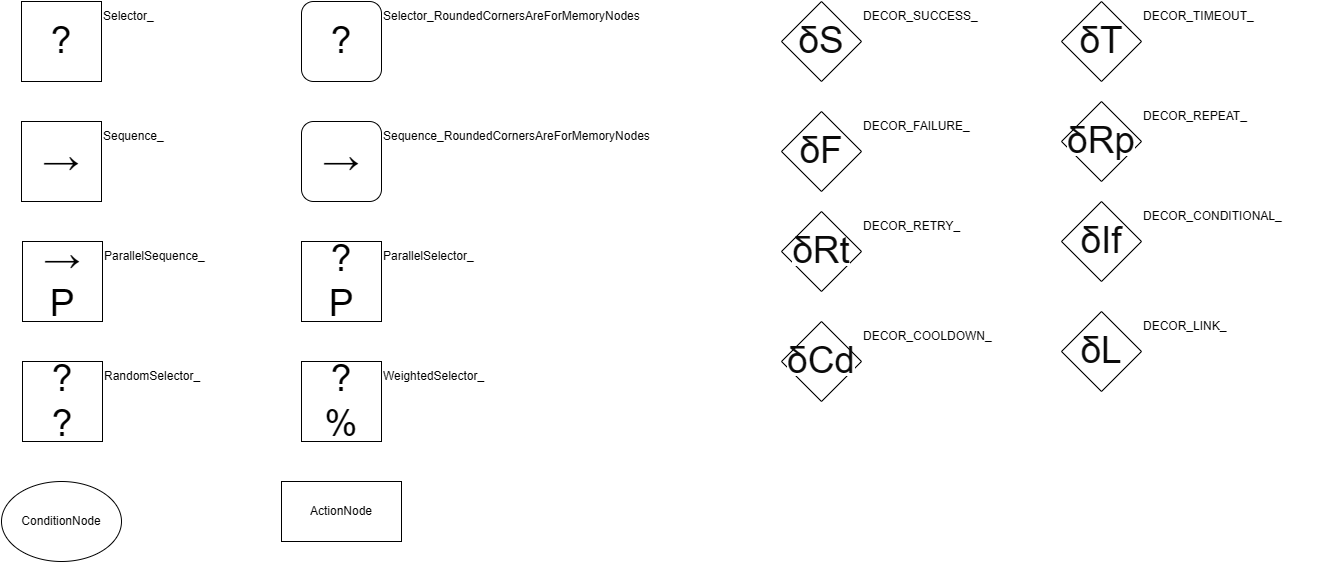
This is availablenodes.drawio.png from LeFleurDeLys/behavior_tree_wiz, a draw.io export, as it was before one commit. Source tidied: cells renumbered, new cells last; positions are measured from the earlier drawing's top-left corner, leaving out a move shared by most shapes. Its diagram source:
```xml
<mxGraphModel>
  <root>
    <mxCell id="0" />
    <mxCell id="1" parent="0" />
    <mxCell id="2" value="ConditionNode" style="ellipse;whiteSpace=wrap;html=1;" parent="1" vertex="1">
      <mxGeometry y="480" width="120" height="80" as="geometry" />
    </mxCell>
    <mxCell id="3" value="ActionNode" style="rounded=0;whiteSpace=wrap;html=1;" parent="1" vertex="1">
      <mxGeometry x="280" y="480" width="120" height="60" as="geometry" />
    </mxCell>
    <mxCell id="4" style="group;" parent="1" vertex="1">
      <mxGeometry x="21" y="240" width="270" height="80" as="geometry" />
    </mxCell>
    <mxCell id="5" value="ParallelSequence_" style="text;html=1;whiteSpace=wrap;strokeColor=none;fillColor=none;align=left;verticalAlign=middle;rounded=0;" parent="4" vertex="1">
      <mxGeometry x="80" width="190" height="30" as="geometry" />
    </mxCell>
    <mxCell id="6" value="&lt;font style=&quot;font-size: 37px;&quot;&gt;→&lt;/font&gt;&lt;div&gt;&lt;font style=&quot;font-size: 37px;&quot;&gt;P&lt;/font&gt;&lt;/div&gt;" style="whiteSpace=wrap;html=1;" parent="4" vertex="1">
      <mxGeometry width="80" height="80" as="geometry" />
    </mxCell>
    <mxCell id="7" style="group;fontStyle=0;" parent="1" vertex="1">
      <mxGeometry x="20" width="270" height="80" as="geometry" />
    </mxCell>
    <mxCell id="8" value="&lt;font style=&quot;font-size: 37px;&quot;&gt;?&lt;/font&gt;" style="whiteSpace=wrap;html=1;" parent="7" vertex="1">
      <mxGeometry width="80" height="80" as="geometry" />
    </mxCell>
    <mxCell id="9" value="Selector_" style="text;html=1;whiteSpace=wrap;strokeColor=none;fillColor=none;align=left;verticalAlign=middle;rounded=0;" parent="7" vertex="1">
      <mxGeometry x="80" width="190" height="30" as="geometry" />
    </mxCell>
    <mxCell id="10" style="group;fontStyle=0;" parent="1" vertex="1">
      <mxGeometry x="300" y="360" width="270" height="80" as="geometry" />
    </mxCell>
    <mxCell id="11" value="&lt;font style=&quot;font-size: 37px;&quot;&gt;?&lt;/font&gt;&lt;div&gt;&lt;font style=&quot;font-size: 37px;&quot;&gt;%&lt;/font&gt;&lt;/div&gt;" style="whiteSpace=wrap;html=1;" parent="10" vertex="1">
      <mxGeometry width="80" height="80" as="geometry" />
    </mxCell>
    <mxCell id="12" value="WeightedSelector_" style="text;html=1;whiteSpace=wrap;strokeColor=none;fillColor=none;align=left;verticalAlign=middle;rounded=0;" parent="10" vertex="1">
      <mxGeometry x="80" width="190" height="30" as="geometry" />
    </mxCell>
    <mxCell id="13" style="group;fontStyle=0;" parent="1" vertex="1">
      <mxGeometry x="21" y="360" width="270" height="80" as="geometry" />
    </mxCell>
    <mxCell id="14" value="&lt;font style=&quot;font-size: 37px;&quot;&gt;?&lt;/font&gt;&lt;div&gt;&lt;font style=&quot;font-size: 37px;&quot;&gt;?&lt;/font&gt;&lt;/div&gt;" style="whiteSpace=wrap;html=1;" parent="13" vertex="1">
      <mxGeometry width="80" height="80" as="geometry" />
    </mxCell>
    <mxCell id="15" value="RandomSelector_" style="text;html=1;whiteSpace=wrap;strokeColor=none;fillColor=none;align=left;verticalAlign=middle;rounded=0;" parent="13" vertex="1">
      <mxGeometry x="80" width="190" height="30" as="geometry" />
    </mxCell>
    <mxCell id="16" style="group;fontStyle=0;" parent="1" vertex="1">
      <mxGeometry x="300" y="240" width="270" height="80" as="geometry" />
    </mxCell>
    <mxCell id="17" value="&lt;font style=&quot;font-size: 37px;&quot;&gt;?&lt;/font&gt;&lt;div&gt;&lt;span style=&quot;font-size: 37px; background-color: transparent; color: light-dark(rgb(0, 0, 0), rgb(255, 255, 255));&quot;&gt;P&lt;/span&gt;&lt;/div&gt;" style="whiteSpace=wrap;html=1;" parent="16" vertex="1">
      <mxGeometry width="80" height="80" as="geometry" />
    </mxCell>
    <mxCell id="18" value="ParallelSelector_" style="text;html=1;whiteSpace=wrap;strokeColor=none;fillColor=none;align=left;verticalAlign=middle;rounded=0;" parent="16" vertex="1">
      <mxGeometry x="80" width="190" height="30" as="geometry" />
    </mxCell>
    <mxCell id="19" style="group;" parent="1" vertex="1">
      <mxGeometry x="20" y="120" width="270" height="80" as="geometry" />
    </mxCell>
    <mxCell id="20" style="group;" parent="19" vertex="1">
      <mxGeometry width="80" height="80" as="geometry" />
    </mxCell>
    <mxCell id="21" value="&lt;font style=&quot;font-size: 37px;&quot;&gt;→&lt;/font&gt;" style="whiteSpace=wrap;html=1;" parent="20" vertex="1">
      <mxGeometry width="80" height="80" as="geometry" />
    </mxCell>
    <mxCell id="22" value="Sequence_" style="text;html=1;whiteSpace=wrap;strokeColor=none;fillColor=none;align=left;verticalAlign=middle;rounded=0;" parent="19" vertex="1">
      <mxGeometry x="80" width="190" height="30" as="geometry" />
    </mxCell>
    <mxCell id="23" style="group;" parent="1" vertex="1">
      <mxGeometry x="780" width="270" height="80" as="geometry" />
    </mxCell>
    <mxCell id="24" value="&lt;span style=&quot;color: rgb(10, 10, 10); font-family: &amp;quot;Google Sans&amp;quot;, Arial, sans-serif; text-align: start; background-color: rgb(255, 255, 255);&quot;&gt;&lt;font style=&quot;font-size: 37px;&quot;&gt;δS&lt;/font&gt;&lt;/span&gt;" style="rhombus;whiteSpace=wrap;html=1;" parent="23" vertex="1">
      <mxGeometry width="80" height="80" as="geometry" />
    </mxCell>
    <mxCell id="25" value="DECOR_SUCCESS_" style="text;html=1;whiteSpace=wrap;strokeColor=none;fillColor=none;align=left;verticalAlign=middle;rounded=0;" parent="23" vertex="1">
      <mxGeometry x="80" width="190" height="30" as="geometry" />
    </mxCell>
    <mxCell id="26" style="group;" parent="1" vertex="1">
      <mxGeometry x="780" y="110" width="270" height="80" as="geometry" />
    </mxCell>
    <mxCell id="27" value="&lt;span style=&quot;color: rgb(10, 10, 10); font-family: &amp;quot;Google Sans&amp;quot;, Arial, sans-serif; text-align: start; background-color: rgb(255, 255, 255);&quot;&gt;&lt;font style=&quot;font-size: 37px;&quot;&gt;δF&lt;/font&gt;&lt;/span&gt;" style="rhombus;whiteSpace=wrap;html=1;" parent="26" vertex="1">
      <mxGeometry width="80" height="80" as="geometry" />
    </mxCell>
    <mxCell id="28" value="DECOR_FAILURE_" style="text;html=1;whiteSpace=wrap;strokeColor=none;fillColor=none;align=left;verticalAlign=middle;rounded=0;" parent="26" vertex="1">
      <mxGeometry x="80" width="190" height="30" as="geometry" />
    </mxCell>
    <mxCell id="29" style="group;" parent="1" vertex="1">
      <mxGeometry x="780" y="210" width="270" height="80" as="geometry" />
    </mxCell>
    <mxCell id="30" value="&lt;span style=&quot;color: rgb(10, 10, 10); font-family: &amp;quot;Google Sans&amp;quot;, Arial, sans-serif; text-align: start; background-color: rgb(255, 255, 255);&quot;&gt;&lt;font style=&quot;font-size: 37px;&quot;&gt;δRt&lt;/font&gt;&lt;/span&gt;" style="rhombus;whiteSpace=wrap;html=1;" parent="29" vertex="1">
      <mxGeometry width="80" height="80" as="geometry" />
    </mxCell>
    <mxCell id="31" value="DECOR_RETRY_" style="text;html=1;whiteSpace=wrap;strokeColor=none;fillColor=none;align=left;verticalAlign=middle;rounded=0;" parent="29" vertex="1">
      <mxGeometry x="80" width="190" height="30" as="geometry" />
    </mxCell>
    <mxCell id="32" style="group;" parent="1" vertex="1">
      <mxGeometry x="780" y="320" width="270" height="80" as="geometry" />
    </mxCell>
    <mxCell id="33" value="&lt;span style=&quot;color: rgb(10, 10, 10); font-family: &amp;quot;Google Sans&amp;quot;, Arial, sans-serif; text-align: start; background-color: rgb(255, 255, 255);&quot;&gt;&lt;font style=&quot;font-size: 37px;&quot;&gt;δCd&lt;/font&gt;&lt;/span&gt;" style="rhombus;whiteSpace=wrap;html=1;" parent="32" vertex="1">
      <mxGeometry width="80" height="80" as="geometry" />
    </mxCell>
    <mxCell id="34" value="DECOR_COOLDOWN_" style="text;html=1;whiteSpace=wrap;strokeColor=none;fillColor=none;align=left;verticalAlign=middle;rounded=0;" parent="32" vertex="1">
      <mxGeometry x="80" width="190" height="30" as="geometry" />
    </mxCell>
    <mxCell id="35" style="group;" parent="1" vertex="1">
      <mxGeometry x="1060" width="270" height="80" as="geometry" />
    </mxCell>
    <mxCell id="36" value="&lt;span style=&quot;color: rgb(10, 10, 10); font-family: &amp;quot;Google Sans&amp;quot;, Arial, sans-serif; text-align: start; background-color: rgb(255, 255, 255);&quot;&gt;&lt;font style=&quot;font-size: 37px;&quot;&gt;δT&lt;/font&gt;&lt;/span&gt;" style="rhombus;whiteSpace=wrap;html=1;" parent="35" vertex="1">
      <mxGeometry width="80" height="80" as="geometry" />
    </mxCell>
    <mxCell id="37" value="DECOR_TIMEOUT_" style="text;html=1;whiteSpace=wrap;strokeColor=none;fillColor=none;align=left;verticalAlign=middle;rounded=0;" parent="35" vertex="1">
      <mxGeometry x="80" width="190" height="30" as="geometry" />
    </mxCell>
    <mxCell id="38" style="group;" parent="1" vertex="1">
      <mxGeometry x="1060" y="100" width="270" height="80" as="geometry" />
    </mxCell>
    <mxCell id="39" value="&lt;span style=&quot;color: rgb(10, 10, 10); font-family: &amp;quot;Google Sans&amp;quot;, Arial, sans-serif; text-align: start; background-color: rgb(255, 255, 255);&quot;&gt;&lt;font style=&quot;font-size: 37px;&quot;&gt;δRp&lt;/font&gt;&lt;/span&gt;" style="rhombus;whiteSpace=wrap;html=1;" parent="38" vertex="1">
      <mxGeometry width="80" height="80" as="geometry" />
    </mxCell>
    <mxCell id="40" value="DECOR_REPEAT_" style="text;html=1;whiteSpace=wrap;strokeColor=none;fillColor=none;align=left;verticalAlign=middle;rounded=0;" parent="38" vertex="1">
      <mxGeometry x="80" width="190" height="30" as="geometry" />
    </mxCell>
    <mxCell id="41" style="group;" parent="1" vertex="1">
      <mxGeometry x="1060" y="200" width="270" height="80" as="geometry" />
    </mxCell>
    <mxCell id="42" value="&lt;span style=&quot;color: rgb(10, 10, 10); font-family: &amp;quot;Google Sans&amp;quot;, Arial, sans-serif; text-align: start; background-color: rgb(255, 255, 255);&quot;&gt;&lt;font style=&quot;font-size: 37px;&quot;&gt;δIf&lt;/font&gt;&lt;/span&gt;" style="rhombus;whiteSpace=wrap;html=1;" parent="41" vertex="1">
      <mxGeometry width="80" height="80" as="geometry" />
    </mxCell>
    <mxCell id="43" value="DECOR_CONDITIONAL_" style="text;html=1;whiteSpace=wrap;strokeColor=none;fillColor=none;align=left;verticalAlign=middle;rounded=0;" parent="41" vertex="1">
      <mxGeometry x="80" width="190" height="30" as="geometry" />
    </mxCell>
    <mxCell id="44" style="group;" parent="1" vertex="1">
      <mxGeometry x="1060" y="310" width="270" height="80" as="geometry" />
    </mxCell>
    <mxCell id="45" value="&lt;span style=&quot;color: rgb(10, 10, 10); font-family: &amp;quot;Google Sans&amp;quot;, Arial, sans-serif; text-align: start; background-color: rgb(255, 255, 255);&quot;&gt;&lt;font style=&quot;font-size: 37px;&quot;&gt;δL&lt;/font&gt;&lt;/span&gt;" style="rhombus;whiteSpace=wrap;html=1;" parent="44" vertex="1">
      <mxGeometry width="80" height="80" as="geometry" />
    </mxCell>
    <mxCell id="46" value="DECOR_LINK_" style="text;html=1;whiteSpace=wrap;strokeColor=none;fillColor=none;align=left;verticalAlign=middle;rounded=0;" parent="44" vertex="1">
      <mxGeometry x="80" width="190" height="30" as="geometry" />
    </mxCell>
    <mxCell id="47" style="group;fontStyle=0;" parent="1" vertex="1">
      <mxGeometry x="300" width="270" height="80" as="geometry" />
    </mxCell>
    <mxCell id="48" value="&lt;font style=&quot;font-size: 37px;&quot;&gt;?&lt;/font&gt;" style="whiteSpace=wrap;html=1;rounded=1;" parent="47" vertex="1">
      <mxGeometry width="80" height="80" as="geometry" />
    </mxCell>
    <mxCell id="49" value="Selector_RoundedCornersAreForMemoryNodes" style="text;html=1;whiteSpace=wrap;strokeColor=none;fillColor=none;align=left;verticalAlign=middle;rounded=0;" parent="47" vertex="1">
      <mxGeometry x="80" width="190" height="30" as="geometry" />
    </mxCell>
    <mxCell id="50" style="group;rounded=0;" parent="1" vertex="1">
      <mxGeometry x="300" y="120" width="270" height="80" as="geometry" />
    </mxCell>
    <mxCell id="51" style="group;rounded=1;" parent="50" vertex="1">
      <mxGeometry width="80" height="80" as="geometry" />
    </mxCell>
    <mxCell id="52" value="&lt;font style=&quot;font-size: 37px;&quot;&gt;→&lt;/font&gt;" style="whiteSpace=wrap;html=1;rounded=1;" parent="51" vertex="1">
      <mxGeometry width="80" height="80" as="geometry" />
    </mxCell>
    <mxCell id="53" value="Sequence_RoundedCornersAreForMemoryNodes" style="text;html=1;whiteSpace=wrap;strokeColor=none;fillColor=none;align=left;verticalAlign=middle;rounded=0;" parent="50" vertex="1">
      <mxGeometry x="80" width="190" height="30" as="geometry" />
    </mxCell>
  </root>
</mxGraphModel>
```
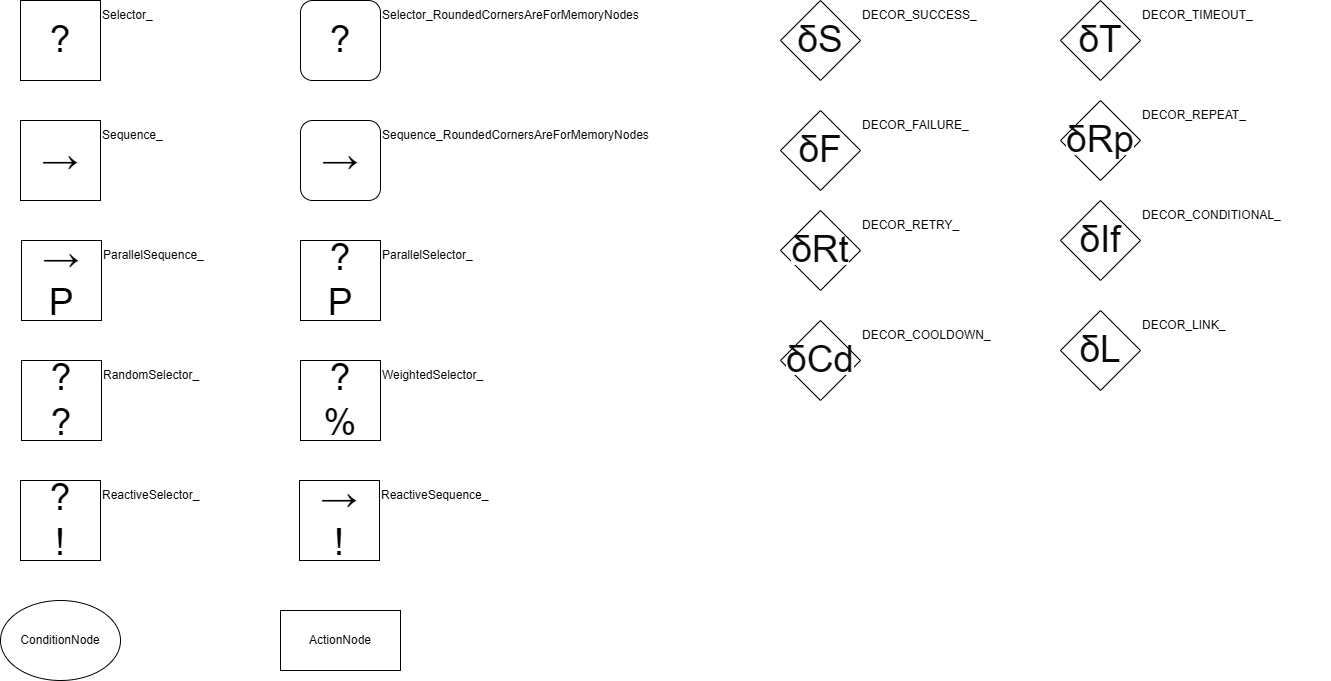
After the commit.

Commit message:
new nodes template

Change to the diagram source:
```diff
@@ -3,10 +3,10 @@
     <mxCell id="0" />
     <mxCell id="1" parent="0" />
     <mxCell id="2" value="ConditionNode" style="ellipse;whiteSpace=wrap;html=1;" parent="1" vertex="1">
-      <mxGeometry y="480" width="120" height="80" as="geometry" />
+      <mxGeometry y="600" width="120" height="80" as="geometry" />
     </mxCell>
     <mxCell id="3" value="ActionNode" style="rounded=0;whiteSpace=wrap;html=1;" parent="1" vertex="1">
-      <mxGeometry x="280" y="480" width="120" height="60" as="geometry" />
+      <mxGeometry x="280" y="610" width="120" height="60" as="geometry" />
     </mxCell>
     <mxCell id="4" style="group;" parent="1" vertex="1">
       <mxGeometry x="21" y="240" width="270" height="80" as="geometry" />
@@ -158,5 +158,26 @@
     <mxCell id="53" value="Sequence_RoundedCornersAreForMemoryNodes" style="text;html=1;whiteSpace=wrap;strokeColor=none;fillColor=none;align=left;verticalAlign=middle;rounded=0;" parent="50" vertex="1">
       <mxGeometry x="80" width="190" height="30" as="geometry" />
     </mxCell>
+    <mxCell id="54" style="group;fontStyle=0;" parent="1" vertex="1">
+      <mxGeometry x="20" y="480" width="270" height="80" as="geometry" />
+    </mxCell>
+    <mxCell id="55" value="&lt;font style=&quot;font-size: 37px;&quot;&gt;?&lt;/font&gt;&lt;div&gt;&lt;font style=&quot;font-size: 37px;&quot;&gt;!&lt;/font&gt;&lt;/div&gt;" style="whiteSpace=wrap;html=1;" parent="54" vertex="1">
+      <mxGeometry width="80" height="80" as="geometry" />
+    </mxCell>
+    <mxCell id="56" value="ReactiveSelector_" style="text;html=1;whiteSpace=wrap;strokeColor=none;fillColor=none;align=left;verticalAlign=middle;rounded=0;" parent="54" vertex="1">
+      <mxGeometry x="80" width="190" height="30" as="geometry" />
+    </mxCell>
+    <mxCell id="57" style="group;" parent="1" vertex="1">
+      <mxGeometry x="299" y="480" width="270" height="80" as="geometry" />
+    </mxCell>
+    <mxCell id="58" style="group;" parent="57" vertex="1">
+      <mxGeometry width="80" height="80" as="geometry" />
+    </mxCell>
+    <mxCell id="59" value="&lt;font style=&quot;font-size: 37px;&quot;&gt;→&lt;/font&gt;&lt;div&gt;&lt;font style=&quot;font-size: 37px;&quot;&gt;!&lt;/font&gt;&lt;/div&gt;" style="whiteSpace=wrap;html=1;" parent="58" vertex="1">
+      <mxGeometry width="80" height="80" as="geometry" />
+    </mxCell>
+    <mxCell id="60" value="ReactiveSequence_" style="text;html=1;whiteSpace=wrap;strokeColor=none;fillColor=none;align=left;verticalAlign=middle;rounded=0;" parent="57" vertex="1">
+      <mxGeometry x="80" width="190" height="30" as="geometry" />
+    </mxCell>
   </root>
 </mxGraphModel>
```
